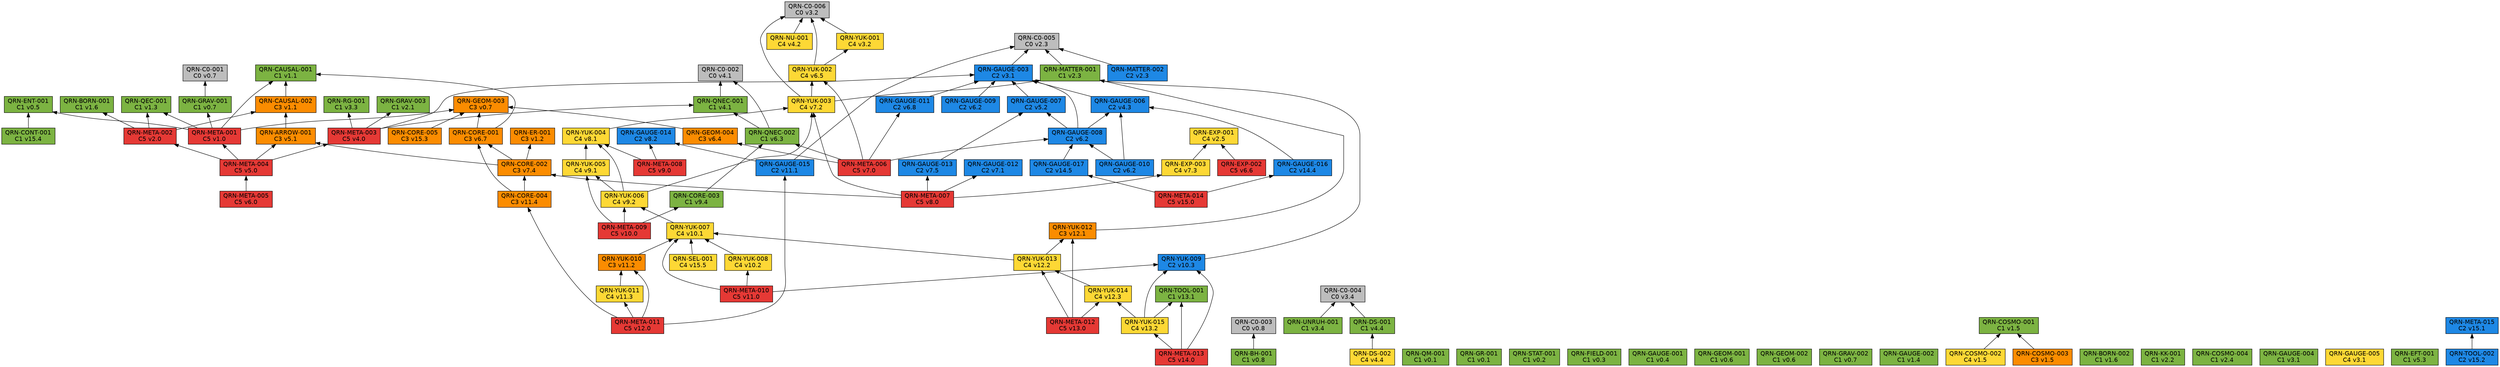
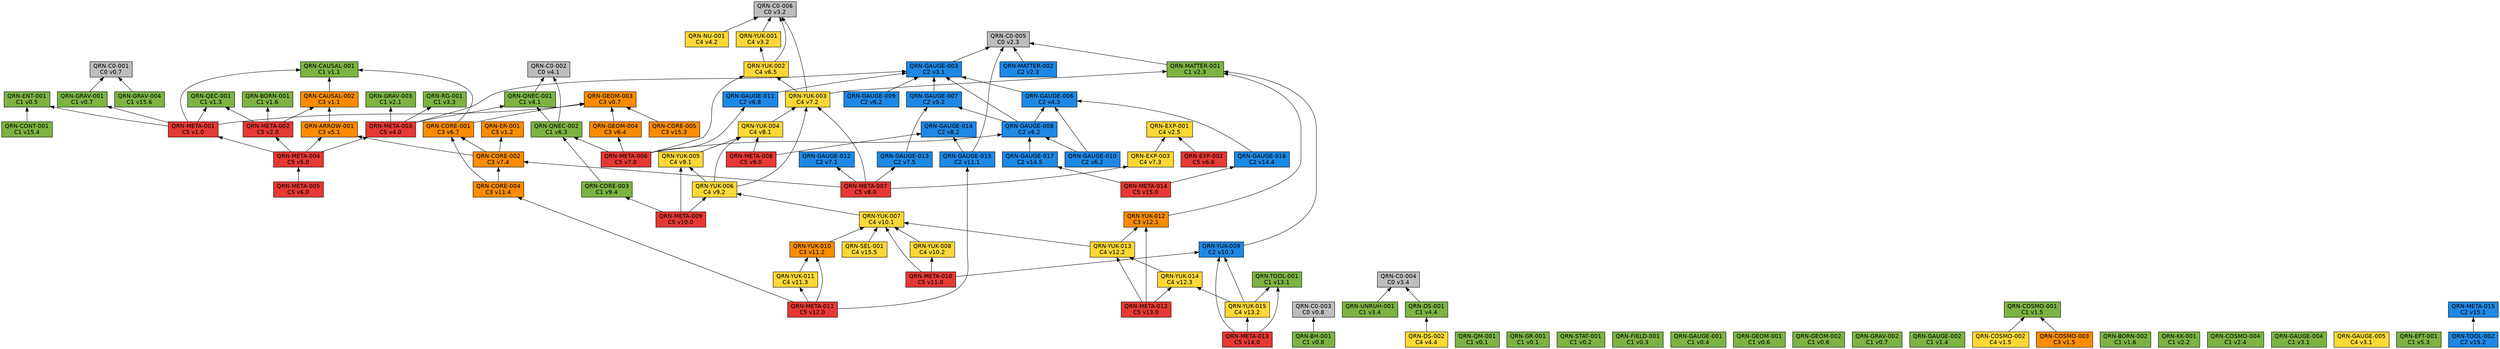
// 自動生成 (dag/report.pl) — QRN 主張依存グラフ
digraph qrn {
  rankdir=BT;
  node [shape=box, style=filled, fontname="Helvetica"];
  "QRN-C0-001" [fillcolor="#bdbdbd", label="QRN-C0-001\nC0 v0.7"];
  "QRN-C0-002" [fillcolor="#bdbdbd", label="QRN-C0-002\nC0 v4.1"];
  "QRN-C0-003" [fillcolor="#bdbdbd", label="QRN-C0-003\nC0 v0.8"];
  "QRN-C0-004" [fillcolor="#bdbdbd", label="QRN-C0-004\nC0 v3.4"];
  "QRN-C0-005" [fillcolor="#bdbdbd", label="QRN-C0-005\nC0 v2.3"];
  "QRN-C0-006" [fillcolor="#bdbdbd", label="QRN-C0-006\nC0 v3.2"];
  "QRN-QM-001" [fillcolor="#7cb342", label="QRN-QM-001\nC1 v0.1"];
  "QRN-GR-001" [fillcolor="#7cb342", label="QRN-GR-001\nC1 v0.1"];
  "QRN-STAT-001" [fillcolor="#7cb342", label="QRN-STAT-001\nC1 v0.2"];
  "QRN-FIELD-001" [fillcolor="#7cb342", label="QRN-FIELD-001\nC1 v0.3"];
  "QRN-GAUGE-001" [fillcolor="#7cb342", label="QRN-GAUGE-001\nC1 v0.4"];
  "QRN-ENT-001" [fillcolor="#7cb342", label="QRN-ENT-001\nC1 v0.5"];
  "QRN-GEOM-001" [fillcolor="#7cb342", label="QRN-GEOM-001\nC1 v0.6"];
  "QRN-GEOM-002" [fillcolor="#7cb342", label="QRN-GEOM-002\nC1 v0.6"];
  "QRN-GEOM-003" [fillcolor="#fb8c00", label="QRN-GEOM-003\nC3 v0.7"];
  "QRN-GRAV-001" [fillcolor="#7cb342", label="QRN-GRAV-001\nC1 v0.7"];
  "QRN-GRAV-002" [fillcolor="#7cb342", label="QRN-GRAV-002\nC1 v0.7"];
  "QRN-BH-001" [fillcolor="#7cb342", label="QRN-BH-001\nC1 v0.8"];
  "QRN-CAUSAL-001" [fillcolor="#7cb342", label="QRN-CAUSAL-001\nC1 v1.1"];
  "QRN-CAUSAL-002" [fillcolor="#fb8c00", label="QRN-CAUSAL-002\nC3 v1.1"];
  "QRN-ER-001" [fillcolor="#fb8c00", label="QRN-ER-001\nC3 v1.2"];
  "QRN-QEC-001" [fillcolor="#7cb342", label="QRN-QEC-001\nC1 v1.3"];
  "QRN-GAUGE-002" [fillcolor="#7cb342", label="QRN-GAUGE-002\nC1 v1.4"];
  "QRN-COSMO-001" [fillcolor="#7cb342", label="QRN-COSMO-001\nC1 v1.5"];
  "QRN-COSMO-002" [fillcolor="#fdd835", label="QRN-COSMO-002\nC4 v1.5"];
  "QRN-COSMO-003" [fillcolor="#fb8c00", label="QRN-COSMO-003\nC3 v1.5"];
  "QRN-BORN-001" [fillcolor="#7cb342", label="QRN-BORN-001\nC1 v1.6"];
  "QRN-BORN-002" [fillcolor="#7cb342", label="QRN-BORN-002\nC1 v1.6"];
  "QRN-GRAV-003" [fillcolor="#7cb342", label="QRN-GRAV-003\nC1 v2.1"];
  "QRN-KK-001" [fillcolor="#7cb342", label="QRN-KK-001\nC1 v2.2"];
  "QRN-MATTER-001" [fillcolor="#7cb342", label="QRN-MATTER-001\nC1 v2.3"];
  "QRN-MATTER-002" [fillcolor="#1e88e5", label="QRN-MATTER-002\nC2 v2.3"];
  "QRN-COSMO-004" [fillcolor="#7cb342", label="QRN-COSMO-004\nC1 v2.4"];
  "QRN-EXP-001" [fillcolor="#fdd835", label="QRN-EXP-001\nC4 v2.5"];
  "QRN-GAUGE-003" [fillcolor="#1e88e5", label="QRN-GAUGE-003\nC2 v3.1"];
  "QRN-GAUGE-004" [fillcolor="#7cb342", label="QRN-GAUGE-004\nC1 v3.1"];
  "QRN-GAUGE-005" [fillcolor="#fdd835", label="QRN-GAUGE-005\nC4 v3.1"];
  "QRN-YUK-001" [fillcolor="#fdd835", label="QRN-YUK-001\nC4 v3.2"];
  "QRN-RG-001" [fillcolor="#7cb342", label="QRN-RG-001\nC1 v3.3"];
  "QRN-UNRUH-001" [fillcolor="#7cb342", label="QRN-UNRUH-001\nC1 v3.4"];
  "QRN-QNEC-001" [fillcolor="#7cb342", label="QRN-QNEC-001\nC1 v4.1"];
  "QRN-NU-001" [fillcolor="#fdd835", label="QRN-NU-001\nC4 v4.2"];
  "QRN-GAUGE-006" [fillcolor="#1e88e5", label="QRN-GAUGE-006\nC2 v4.3"];
  "QRN-DS-001" [fillcolor="#7cb342", label="QRN-DS-001\nC1 v4.4"];
  "QRN-DS-002" [fillcolor="#fdd835", label="QRN-DS-002\nC4 v4.4"];
  "QRN-ARROW-001" [fillcolor="#fb8c00", label="QRN-ARROW-001\nC3 v5.1"];
  "QRN-GAUGE-007" [fillcolor="#1e88e5", label="QRN-GAUGE-007\nC2 v5.2"];
  "QRN-EFT-001" [fillcolor="#7cb342", label="QRN-EFT-001\nC1 v5.3"];
  "QRN-GAUGE-008" [fillcolor="#1e88e5", label="QRN-GAUGE-008\nC2 v6.2"];
  "QRN-GAUGE-009" [fillcolor="#1e88e5", label="QRN-GAUGE-009\nC2 v6.2"];
  "QRN-GAUGE-010" [fillcolor="#1e88e5", label="QRN-GAUGE-010\nC2 v6.2"];
  "QRN-QNEC-002" [fillcolor="#7cb342", label="QRN-QNEC-002\nC1 v6.3"];
  "QRN-GEOM-004" [fillcolor="#fb8c00", label="QRN-GEOM-004\nC3 v6.4"];
  "QRN-YUK-002" [fillcolor="#fdd835", label="QRN-YUK-002\nC4 v6.5"];
  "QRN-EXP-002" [fillcolor="#e53935", label="QRN-EXP-002\nC5 v6.6"];
  "QRN-CORE-001" [fillcolor="#fb8c00", label="QRN-CORE-001\nC3 v6.7"];
  "QRN-GAUGE-011" [fillcolor="#1e88e5", label="QRN-GAUGE-011\nC2 v6.8"];
  "QRN-GAUGE-012" [fillcolor="#1e88e5", label="QRN-GAUGE-012\nC2 v7.1"];
  "QRN-YUK-003" [fillcolor="#fdd835", label="QRN-YUK-003\nC4 v7.2"];
  "QRN-EXP-003" [fillcolor="#fdd835", label="QRN-EXP-003\nC4 v7.3"];
  "QRN-CORE-002" [fillcolor="#fb8c00", label="QRN-CORE-002\nC3 v7.4"];
  "QRN-GAUGE-013" [fillcolor="#1e88e5", label="QRN-GAUGE-013\nC2 v7.5"];
  "QRN-YUK-004" [fillcolor="#fdd835", label="QRN-YUK-004\nC4 v8.1"];
  "QRN-GAUGE-014" [fillcolor="#1e88e5", label="QRN-GAUGE-014\nC2 v8.2"];
  "QRN-META-001" [fillcolor="#e53935", label="QRN-META-001\nC5 v1.0"];
  "QRN-META-002" [fillcolor="#e53935", label="QRN-META-002\nC5 v2.0"];
  "QRN-META-003" [fillcolor="#e53935", label="QRN-META-003\nC5 v4.0"];
  "QRN-META-004" [fillcolor="#e53935", label="QRN-META-004\nC5 v5.0"];
  "QRN-META-005" [fillcolor="#e53935", label="QRN-META-005\nC5 v6.0"];
  "QRN-META-006" [fillcolor="#e53935", label="QRN-META-006\nC5 v7.0"];
  "QRN-META-007" [fillcolor="#e53935", label="QRN-META-007\nC5 v8.0"];
  "QRN-META-008" [fillcolor="#e53935", label="QRN-META-008\nC5 v9.0"];
  "QRN-YUK-005" [fillcolor="#fdd835", label="QRN-YUK-005\nC4 v9.1"];
  "QRN-YUK-006" [fillcolor="#fdd835", label="QRN-YUK-006\nC4 v9.2"];
  "QRN-CORE-003" [fillcolor="#7cb342", label="QRN-CORE-003\nC1 v9.4"];
  "QRN-META-009" [fillcolor="#e53935", label="QRN-META-009\nC5 v10.0"];
  "QRN-YUK-007" [fillcolor="#fdd835", label="QRN-YUK-007\nC4 v10.1"];
  "QRN-YUK-008" [fillcolor="#fdd835", label="QRN-YUK-008\nC4 v10.2"];
  "QRN-YUK-009" [fillcolor="#1e88e5", label="QRN-YUK-009\nC2 v10.3"];
  "QRN-META-010" [fillcolor="#e53935", label="QRN-META-010\nC5 v11.0"];
  "QRN-GAUGE-015" [fillcolor="#1e88e5", label="QRN-GAUGE-015\nC2 v11.1"];
  "QRN-YUK-010" [fillcolor="#fb8c00", label="QRN-YUK-010\nC3 v11.2"];
  "QRN-YUK-011" [fillcolor="#fdd835", label="QRN-YUK-011\nC4 v11.3"];
  "QRN-CORE-004" [fillcolor="#fb8c00", label="QRN-CORE-004\nC3 v11.4"];
  "QRN-META-011" [fillcolor="#e53935", label="QRN-META-011\nC5 v12.0"];
  "QRN-YUK-012" [fillcolor="#fb8c00", label="QRN-YUK-012\nC3 v12.1"];
  "QRN-YUK-013" [fillcolor="#fdd835", label="QRN-YUK-013\nC4 v12.2"];
  "QRN-YUK-014" [fillcolor="#fdd835", label="QRN-YUK-014\nC4 v12.3"];
  "QRN-META-012" [fillcolor="#e53935", label="QRN-META-012\nC5 v13.0"];
  "QRN-TOOL-001" [fillcolor="#7cb342", label="QRN-TOOL-001\nC1 v13.1"];
  "QRN-YUK-015" [fillcolor="#fdd835", label="QRN-YUK-015\nC4 v13.2"];
  "QRN-META-013" [fillcolor="#e53935", label="QRN-META-013\nC5 v14.0"];
  "QRN-GAUGE-016" [fillcolor="#1e88e5", label="QRN-GAUGE-016\nC2 v14.4"];
  "QRN-GAUGE-017" [fillcolor="#1e88e5", label="QRN-GAUGE-017\nC2 v14.5"];
  "QRN-META-014" [fillcolor="#e53935", label="QRN-META-014\nC5 v15.0"];
  "QRN-META-015" [fillcolor="#1e88e5", label="QRN-META-015\nC2 v15.1"];
  "QRN-TOOL-002" [fillcolor="#1e88e5", label="QRN-TOOL-002\nC2 v15.2"];
  "QRN-CORE-005" [fillcolor="#fb8c00", label="QRN-CORE-005\nC3 v15.3"];
  "QRN-CONT-001" [fillcolor="#7cb342", label="QRN-CONT-001\nC1 v15.4"];
  "QRN-SEL-001" [fillcolor="#fdd835", label="QRN-SEL-001\nC4 v15.5"];
+   "QRN-GRAV-004" [fillcolor="#7cb342", label="QRN-GRAV-004\nC1 v15.6"];
  "QRN-GRAV-001" -> "QRN-C0-001";
  "QRN-BH-001" -> "QRN-C0-003";
  "QRN-CAUSAL-002" -> "QRN-CAUSAL-001";
  "QRN-COSMO-002" -> "QRN-COSMO-001";
  "QRN-COSMO-003" -> "QRN-COSMO-001";
  "QRN-MATTER-001" -> "QRN-C0-005";
  "QRN-MATTER-002" -> "QRN-C0-005";
  "QRN-GAUGE-003" -> "QRN-C0-005";
  "QRN-YUK-001" -> "QRN-C0-006";
  "QRN-UNRUH-001" -> "QRN-C0-004";
  "QRN-QNEC-001" -> "QRN-C0-002";
  "QRN-NU-001" -> "QRN-C0-006";
  "QRN-GAUGE-006" -> "QRN-GAUGE-003";
  "QRN-DS-001" -> "QRN-C0-004";
  "QRN-DS-002" -> "QRN-DS-001";
  "QRN-ARROW-001" -> "QRN-CAUSAL-002";
  "QRN-GAUGE-007" -> "QRN-GAUGE-003";
  "QRN-GAUGE-008" -> "QRN-GAUGE-003";
  "QRN-GAUGE-008" -> "QRN-GAUGE-006";
  "QRN-GAUGE-008" -> "QRN-GAUGE-007";
  "QRN-GAUGE-009" -> "QRN-GAUGE-003";
  "QRN-GAUGE-010" -> "QRN-GAUGE-006";
  "QRN-GAUGE-010" -> "QRN-GAUGE-008";
  "QRN-QNEC-002" -> "QRN-C0-002";
  "QRN-QNEC-002" -> "QRN-QNEC-001";
  "QRN-GEOM-004" -> "QRN-GEOM-003";
  "QRN-YUK-002" -> "QRN-C0-006";
  "QRN-YUK-002" -> "QRN-YUK-001";
  "QRN-EXP-002" -> "QRN-EXP-001";
  "QRN-CORE-001" -> "QRN-GEOM-003";
  "QRN-CORE-001" -> "QRN-CAUSAL-001";
  "QRN-GAUGE-011" -> "QRN-GAUGE-003";
  "QRN-YUK-003" -> "QRN-C0-006";
  "QRN-YUK-003" -> "QRN-MATTER-001";
  "QRN-YUK-003" -> "QRN-YUK-002";
  "QRN-EXP-003" -> "QRN-EXP-001";
  "QRN-CORE-002" -> "QRN-CORE-001";
  "QRN-CORE-002" -> "QRN-ER-001";
  "QRN-CORE-002" -> "QRN-ARROW-001";
  "QRN-GAUGE-013" -> "QRN-GAUGE-007";
  "QRN-YUK-004" -> "QRN-YUK-003";
  "QRN-META-001" -> "QRN-GEOM-003";
  "QRN-META-001" -> "QRN-GRAV-001";
  "QRN-META-001" -> "QRN-CAUSAL-001";
  "QRN-META-001" -> "QRN-QEC-001";
  "QRN-META-001" -> "QRN-ENT-001";
  "QRN-META-002" -> "QRN-QEC-001";
  "QRN-META-002" -> "QRN-BORN-001";
  "QRN-META-002" -> "QRN-CAUSAL-002";
  "QRN-META-003" -> "QRN-GAUGE-003";
  "QRN-META-003" -> "QRN-RG-001";
  "QRN-META-003" -> "QRN-QNEC-001";
  "QRN-META-003" -> "QRN-GRAV-003";
  "QRN-META-004" -> "QRN-META-001";
  "QRN-META-004" -> "QRN-META-002";
  "QRN-META-004" -> "QRN-META-003";
  "QRN-META-004" -> "QRN-ARROW-001";
  "QRN-META-005" -> "QRN-META-004";
  "QRN-META-006" -> "QRN-GAUGE-008";
  "QRN-META-006" -> "QRN-QNEC-002";
  "QRN-META-006" -> "QRN-GEOM-004";
  "QRN-META-006" -> "QRN-YUK-002";
  "QRN-META-006" -> "QRN-GAUGE-011";
  "QRN-META-007" -> "QRN-GAUGE-012";
  "QRN-META-007" -> "QRN-YUK-003";
  "QRN-META-007" -> "QRN-EXP-003";
  "QRN-META-007" -> "QRN-CORE-002";
  "QRN-META-007" -> "QRN-GAUGE-013";
  "QRN-META-008" -> "QRN-YUK-004";
  "QRN-META-008" -> "QRN-GAUGE-014";
  "QRN-YUK-005" -> "QRN-YUK-004";
  "QRN-YUK-006" -> "QRN-YUK-003";
  "QRN-YUK-006" -> "QRN-YUK-004";
  "QRN-YUK-006" -> "QRN-YUK-005";
  "QRN-CORE-003" -> "QRN-QNEC-002";
  "QRN-META-009" -> "QRN-YUK-005";
  "QRN-META-009" -> "QRN-YUK-006";
  "QRN-META-009" -> "QRN-CORE-003";
  "QRN-YUK-007" -> "QRN-YUK-006";
  "QRN-YUK-008" -> "QRN-YUK-007";
  "QRN-YUK-009" -> "QRN-MATTER-001";
  "QRN-META-010" -> "QRN-YUK-007";
  "QRN-META-010" -> "QRN-YUK-008";
  "QRN-META-010" -> "QRN-YUK-009";
  "QRN-GAUGE-015" -> "QRN-C0-005";
  "QRN-GAUGE-015" -> "QRN-GAUGE-014";
  "QRN-YUK-010" -> "QRN-YUK-007";
  "QRN-YUK-011" -> "QRN-YUK-010";
  "QRN-CORE-004" -> "QRN-CORE-001";
  "QRN-CORE-004" -> "QRN-CORE-002";
  "QRN-META-011" -> "QRN-GAUGE-015";
  "QRN-META-011" -> "QRN-YUK-010";
  "QRN-META-011" -> "QRN-YUK-011";
  "QRN-META-011" -> "QRN-CORE-004";
  "QRN-YUK-012" -> "QRN-MATTER-001";
  "QRN-YUK-013" -> "QRN-YUK-012";
  "QRN-YUK-013" -> "QRN-YUK-007";
  "QRN-YUK-014" -> "QRN-YUK-013";
  "QRN-META-012" -> "QRN-YUK-012";
  "QRN-META-012" -> "QRN-YUK-013";
  "QRN-META-012" -> "QRN-YUK-014";
  "QRN-YUK-015" -> "QRN-YUK-014";
  "QRN-YUK-015" -> "QRN-TOOL-001";
  "QRN-YUK-015" -> "QRN-YUK-009";
  "QRN-META-013" -> "QRN-YUK-015";
  "QRN-META-013" -> "QRN-TOOL-001";
  "QRN-META-013" -> "QRN-YUK-009";
  "QRN-GAUGE-016" -> "QRN-GAUGE-006";
  "QRN-GAUGE-017" -> "QRN-GAUGE-008";
  "QRN-META-014" -> "QRN-GAUGE-016";
  "QRN-META-014" -> "QRN-GAUGE-017";
  "QRN-TOOL-002" -> "QRN-META-015";
  "QRN-CORE-005" -> "QRN-GEOM-003";
  "QRN-CONT-001" -> "QRN-ENT-001";
  "QRN-SEL-001" -> "QRN-YUK-007";
+   "QRN-GRAV-004" -> "QRN-C0-001";
}
